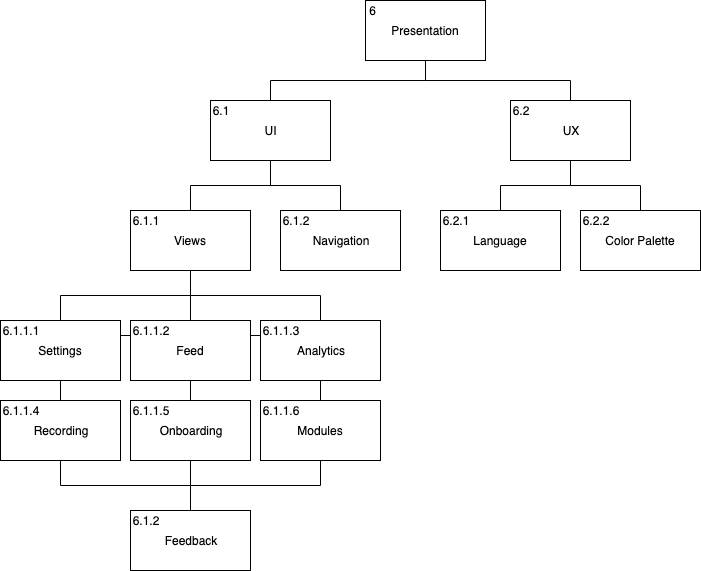
This is Thesis/images/Presentation.png from Perelan/Master, a draw.io export, as it was before one commit. Source tidied: cells renumbered, new cells last; positions are measured from the earlier drawing's top-left corner, leaving out a move shared by most shapes.
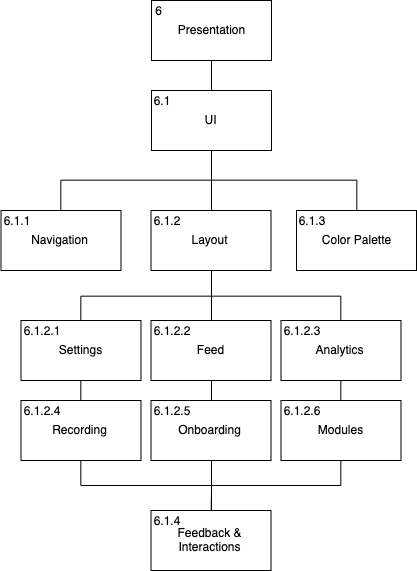
After the change.

The edit, as a diff of the source:
```diff
@@ -6,54 +6,44 @@
       <mxGeometry relative="1" as="geometry" />
     </mxCell>
     <mxCell id="3" value="Presentation" style="rounded=0;whiteSpace=wrap;html=1;" parent="1" vertex="1">
-      <mxGeometry x="365" width="120" height="60" as="geometry" />
+      <mxGeometry x="130.5" width="120" height="60" as="geometry" />
     </mxCell>
-    <mxCell id="4" style="edgeStyle=orthogonalEdgeStyle;rounded=0;jettySize=auto;html=1;exitX=0.5;exitY=0;exitDx=0;exitDy=0;endArrow=none;endFill=0;" parent="1" edge="1" source="5">
-      <mxGeometry relative="1" as="geometry">
-        <mxPoint x="570" y="160" as="targetPoint" />
-      </mxGeometry>
-    </mxCell>
+    <mxCell id="45" style="edgeStyle=orthogonalEdgeStyle;rounded=0;jettySize=auto;html=1;exitX=0.5;exitY=0;exitDx=0;exitDy=0;entryX=0.5;entryY=1;entryDx=0;entryDy=0;endArrow=none;endFill=0;" parent="1" edge="1" source="5" target="30">
+      <mxGeometry relative="1" as="geometry" />
+    </mxCell>
     <mxCell id="5" value="Color Palette&lt;br&gt;" style="rounded=0;whiteSpace=wrap;html=1;" parent="1" vertex="1">
-      <mxGeometry x="580" y="210" width="120" height="60" as="geometry" />
+      <mxGeometry x="275.5" y="210" width="120" height="60" as="geometry" />
     </mxCell>
-    <mxCell id="6" style="edgeStyle=orthogonalEdgeStyle;rounded=0;jettySize=auto;html=1;exitX=0.5;exitY=0;exitDx=0;exitDy=0;entryX=0.5;entryY=1;entryDx=0;entryDy=0;endArrow=none;endFill=0;" parent="1" edge="1" source="7" target="29">
-      <mxGeometry relative="1" as="geometry" />
-    </mxCell>
-    <mxCell id="7" value="Language&lt;br&gt;" style="rounded=0;whiteSpace=wrap;html=1;" parent="1" vertex="1">
-      <mxGeometry x="440" y="210" width="120" height="60" as="geometry" />
-    </mxCell>
-    <mxCell id="8" style="edgeStyle=orthogonalEdgeStyle;rounded=0;jettySize=auto;html=1;exitX=0.5;exitY=0;exitDx=0;exitDy=0;endArrow=none;endFill=0;" parent="1" edge="1" source="9">
-      <mxGeometry relative="1" as="geometry">
-        <mxPoint x="270" y="160" as="targetPoint" />
-      </mxGeometry>
-    </mxCell>
+    <mxCell id="46" style="edgeStyle=orthogonalEdgeStyle;rounded=0;jettySize=auto;html=1;exitX=0.5;exitY=0;exitDx=0;exitDy=0;entryX=0.5;entryY=1;entryDx=0;entryDy=0;endArrow=none;endFill=0;" parent="1" edge="1" source="9" target="30">
+      <mxGeometry relative="1" as="geometry" />
+    </mxCell>
-    <mxCell id="9" value="Views&lt;br&gt;" style="rounded=0;whiteSpace=wrap;html=1;" parent="1" vertex="1">
+    <mxCell id="9" value="Layout&lt;br&gt;" style="rounded=0;whiteSpace=wrap;html=1;" parent="1" vertex="1">
       <mxGeometry x="130" y="210" width="120" height="60" as="geometry" />
     </mxCell>
     <mxCell id="10" style="edgeStyle=orthogonalEdgeStyle;rounded=0;jettySize=auto;html=1;exitX=0.5;exitY=0;exitDx=0;exitDy=0;entryX=0.5;entryY=1;entryDx=0;entryDy=0;endArrow=none;endFill=0;" parent="1" edge="1" source="11" target="30">
       <mxGeometry relative="1" as="geometry" />
     </mxCell>
     <mxCell id="11" value="Navigation&lt;br&gt;" style="rounded=0;whiteSpace=wrap;html=1;" parent="1" vertex="1">
-      <mxGeometry x="280" y="210" width="120" height="60" as="geometry" />
+      <mxGeometry x="-20" y="210" width="120" height="60" as="geometry" />
     </mxCell>
     <mxCell id="12" style="edgeStyle=orthogonalEdgeStyle;rounded=0;jettySize=auto;html=1;exitX=0.5;exitY=0;exitDx=0;exitDy=0;entryX=0.5;entryY=1;entryDx=0;entryDy=0;endArrow=none;endFill=0;" parent="1" edge="1" source="22" target="9">
       <mxGeometry relative="1" as="geometry" />
     </mxCell>
-    <mxCell id="13" style="edgeStyle=orthogonalEdgeStyle;rounded=0;jettySize=auto;html=1;exitX=0.5;exitY=0;exitDx=0;exitDy=0;endArrow=none;endFill=0;" parent="1" edge="1" source="15" target="9">
-      <mxGeometry relative="1" as="geometry" />
-    </mxCell>
     <mxCell id="14" style="edgeStyle=orthogonalEdgeStyle;rounded=0;jettySize=auto;html=1;exitX=0.5;exitY=1;exitDx=0;exitDy=0;entryX=0.5;entryY=0;entryDx=0;entryDy=0;endArrow=none;endFill=0;" parent="1" edge="1" source="15" target="27">
       <mxGeometry relative="1" as="geometry" />
     </mxCell>
+    <mxCell id="47" style="edgeStyle=orthogonalEdgeStyle;rounded=0;jettySize=auto;html=1;exitX=0.5;exitY=0;exitDx=0;exitDy=0;entryX=0.5;entryY=1;entryDx=0;entryDy=0;endArrow=none;endFill=0;" parent="1" edge="1" source="15" target="26">
+      <mxGeometry relative="1" as="geometry" />
+    </mxCell>
     <mxCell id="15" value="Modules&lt;br&gt;" style="rounded=0;whiteSpace=wrap;html=1;" parent="1" vertex="1">
       <mxGeometry x="260" y="400" width="120" height="60" as="geometry" />
     </mxCell>
-    <mxCell id="16" style="edgeStyle=orthogonalEdgeStyle;rounded=0;jettySize=auto;html=1;exitX=0.5;exitY=0;exitDx=0;exitDy=0;entryX=0.5;entryY=1;entryDx=0;entryDy=0;endArrow=none;endFill=0;" parent="1" edge="1" source="18" target="9">
-      <mxGeometry relative="1" as="geometry" />
-    </mxCell>
     <mxCell id="17" style="edgeStyle=orthogonalEdgeStyle;rounded=0;jettySize=auto;html=1;exitX=0.5;exitY=1;exitDx=0;exitDy=0;entryX=0.5;entryY=0;entryDx=0;entryDy=0;endArrow=none;endFill=0;" parent="1" edge="1" source="18" target="27">
       <mxGeometry relative="1" as="geometry" />
     </mxCell>
+    <mxCell id="48" style="edgeStyle=orthogonalEdgeStyle;rounded=0;jettySize=auto;html=1;exitX=0.5;exitY=0;exitDx=0;exitDy=0;entryX=0.5;entryY=1;entryDx=0;entryDy=0;endArrow=none;endFill=0;" parent="1" edge="1" source="18" target="24">
+      <mxGeometry relative="1" as="geometry" />
+    </mxCell>
     <mxCell id="18" value="Recording&lt;br&gt;" style="rounded=0;whiteSpace=wrap;html=1;" parent="1" vertex="1">
       <mxGeometry y="400" width="120" height="60" as="geometry" />
     </mxCell>
@@ -83,58 +73,46 @@
     <mxCell id="26" value="Analytics&lt;br&gt;" style="rounded=0;whiteSpace=wrap;html=1;" parent="1" vertex="1">
       <mxGeometry x="260" y="320" width="120" height="60" as="geometry" />
     </mxCell>
-    <mxCell id="27" value="Feedback" style="rounded=0;whiteSpace=wrap;html=1;" parent="1" vertex="1">
+    <mxCell id="27" value="Feedback &amp;amp; Interactions" style="rounded=0;whiteSpace=wrap;html=1;" parent="1" vertex="1">
       <mxGeometry x="130" y="510" width="120" height="60" as="geometry" />
     </mxCell>
-    <mxCell id="28" style="edgeStyle=orthogonalEdgeStyle;rounded=0;jettySize=auto;html=1;exitX=0.5;exitY=0;exitDx=0;exitDy=0;entryX=0.5;entryY=1;entryDx=0;entryDy=0;endArrow=none;endFill=0;" parent="1" edge="1" source="29" target="3">
-      <mxGeometry relative="1" as="geometry" />
-    </mxCell>
-    <mxCell id="29" value="UX" style="rounded=0;whiteSpace=wrap;html=1;" parent="1" vertex="1">
-      <mxGeometry x="510" y="100" width="120" height="60" as="geometry" />
-    </mxCell>
     <mxCell id="30" value="UI" style="rounded=0;whiteSpace=wrap;html=1;" parent="1" vertex="1">
-      <mxGeometry x="210" y="100" width="120" height="60" as="geometry" />
+      <mxGeometry x="130.5" y="90" width="120" height="60" as="geometry" />
     </mxCell>
     <mxCell id="31" value="6" style="text;html=1;strokeColor=none;fillColor=none;align=center;verticalAlign=middle;whiteSpace=wrap;rounded=0;" parent="1" vertex="1">
-      <mxGeometry x="365" width="15" height="20" as="geometry" />
+      <mxGeometry x="130.5" width="15" height="20" as="geometry" />
     </mxCell>
     <mxCell id="32" value="6.1" style="text;html=1;strokeColor=none;fillColor=none;align=center;verticalAlign=middle;whiteSpace=wrap;rounded=0;" parent="1" vertex="1">
-      <mxGeometry x="210" y="100" width="20" height="20" as="geometry" />
+      <mxGeometry x="130.5" y="90" width="20" height="20" as="geometry" />
     </mxCell>
-    <mxCell id="33" value="6.2" style="text;html=1;strokeColor=none;fillColor=none;align=center;verticalAlign=middle;whiteSpace=wrap;rounded=0;" parent="1" vertex="1">
-      <mxGeometry x="510" y="100" width="20" height="20" as="geometry" />
-    </mxCell>
-    <mxCell id="34" value="6.2.1" style="text;html=1;strokeColor=none;fillColor=none;align=center;verticalAlign=middle;whiteSpace=wrap;rounded=0;" parent="1" vertex="1">
-      <mxGeometry x="440" y="210" width="30" height="20" as="geometry" />
-    </mxCell>
-    <mxCell id="35" value="6.2.2" style="text;html=1;strokeColor=none;fillColor=none;align=center;verticalAlign=middle;whiteSpace=wrap;rounded=0;" parent="1" vertex="1">
-      <mxGeometry x="580" y="210" width="30" height="20" as="geometry" />
+    <mxCell id="35" value="6.1.3" style="text;html=1;strokeColor=none;fillColor=none;align=center;verticalAlign=middle;whiteSpace=wrap;rounded=0;" parent="1" vertex="1">
+      <mxGeometry x="275.5" y="210" width="30" height="20" as="geometry" />
     </mxCell>
-    <mxCell id="36" value="6.1.1" style="text;html=1;strokeColor=none;fillColor=none;align=center;verticalAlign=middle;whiteSpace=wrap;rounded=0;" parent="1" vertex="1">
+    <mxCell id="36" value="6.1.2" style="text;html=1;strokeColor=none;fillColor=none;align=center;verticalAlign=middle;whiteSpace=wrap;rounded=0;" parent="1" vertex="1">
       <mxGeometry x="130" y="210" width="30" height="20" as="geometry" />
     </mxCell>
-    <mxCell id="37" value="6.1.2" style="text;html=1;strokeColor=none;fillColor=none;align=center;verticalAlign=middle;whiteSpace=wrap;rounded=0;" parent="1" vertex="1">
-      <mxGeometry x="280" y="210" width="30" height="20" as="geometry" />
+    <mxCell id="37" value="6.1.1" style="text;html=1;strokeColor=none;fillColor=none;align=center;verticalAlign=middle;whiteSpace=wrap;rounded=0;" parent="1" vertex="1">
+      <mxGeometry x="-20" y="210" width="30" height="20" as="geometry" />
     </mxCell>
-    <mxCell id="38" value="6.1.1.1" style="text;html=1;strokeColor=none;fillColor=none;align=center;verticalAlign=middle;whiteSpace=wrap;rounded=0;" parent="1" vertex="1">
+    <mxCell id="38" value="6.1.2.1" style="text;html=1;strokeColor=none;fillColor=none;align=center;verticalAlign=middle;whiteSpace=wrap;rounded=0;" parent="1" vertex="1">
       <mxGeometry y="320" width="40" height="20" as="geometry" />
     </mxCell>
-    <mxCell id="39" value="6.1.1.2" style="text;html=1;strokeColor=none;fillColor=none;align=center;verticalAlign=middle;whiteSpace=wrap;rounded=0;" parent="1" vertex="1">
+    <mxCell id="39" value="6.1.2.2" style="text;html=1;strokeColor=none;fillColor=none;align=center;verticalAlign=middle;whiteSpace=wrap;rounded=0;" parent="1" vertex="1">
       <mxGeometry x="130" y="320" width="40" height="20" as="geometry" />
     </mxCell>
-    <mxCell id="40" value="6.1.1.3" style="text;html=1;strokeColor=none;fillColor=none;align=center;verticalAlign=middle;whiteSpace=wrap;rounded=0;" parent="1" vertex="1">
+    <mxCell id="40" value="6.1.2.3" style="text;html=1;strokeColor=none;fillColor=none;align=center;verticalAlign=middle;whiteSpace=wrap;rounded=0;" parent="1" vertex="1">
       <mxGeometry x="260" y="320" width="40" height="20" as="geometry" />
     </mxCell>
-    <mxCell id="41" value="6.1.1.4" style="text;html=1;strokeColor=none;fillColor=none;align=center;verticalAlign=middle;whiteSpace=wrap;rounded=0;" parent="1" vertex="1">
+    <mxCell id="41" value="6.1.2.4" style="text;html=1;strokeColor=none;fillColor=none;align=center;verticalAlign=middle;whiteSpace=wrap;rounded=0;" parent="1" vertex="1">
       <mxGeometry y="400" width="40" height="20" as="geometry" />
     </mxCell>
-    <mxCell id="42" value="6.1.1.5" style="text;html=1;strokeColor=none;fillColor=none;align=center;verticalAlign=middle;whiteSpace=wrap;rounded=0;" parent="1" vertex="1">
+    <mxCell id="42" value="6.1.2.5" style="text;html=1;strokeColor=none;fillColor=none;align=center;verticalAlign=middle;whiteSpace=wrap;rounded=0;" parent="1" vertex="1">
       <mxGeometry x="130" y="400" width="40" height="20" as="geometry" />
     </mxCell>
-    <mxCell id="43" value="6.1.1.6" style="text;html=1;strokeColor=none;fillColor=none;align=center;verticalAlign=middle;whiteSpace=wrap;rounded=0;" parent="1" vertex="1">
+    <mxCell id="43" value="6.1.2.6" style="text;html=1;strokeColor=none;fillColor=none;align=center;verticalAlign=middle;whiteSpace=wrap;rounded=0;" parent="1" vertex="1">
       <mxGeometry x="260" y="400" width="40" height="20" as="geometry" />
     </mxCell>
-    <mxCell id="44" value="6.1.2" style="text;html=1;strokeColor=none;fillColor=none;align=center;verticalAlign=middle;whiteSpace=wrap;rounded=0;" parent="1" vertex="1">
+    <mxCell id="44" value="6.1.4" style="text;html=1;strokeColor=none;fillColor=none;align=center;verticalAlign=middle;whiteSpace=wrap;rounded=0;" parent="1" vertex="1">
       <mxGeometry x="130" y="510" width="30" height="20" as="geometry" />
     </mxCell>
   </root>
```
